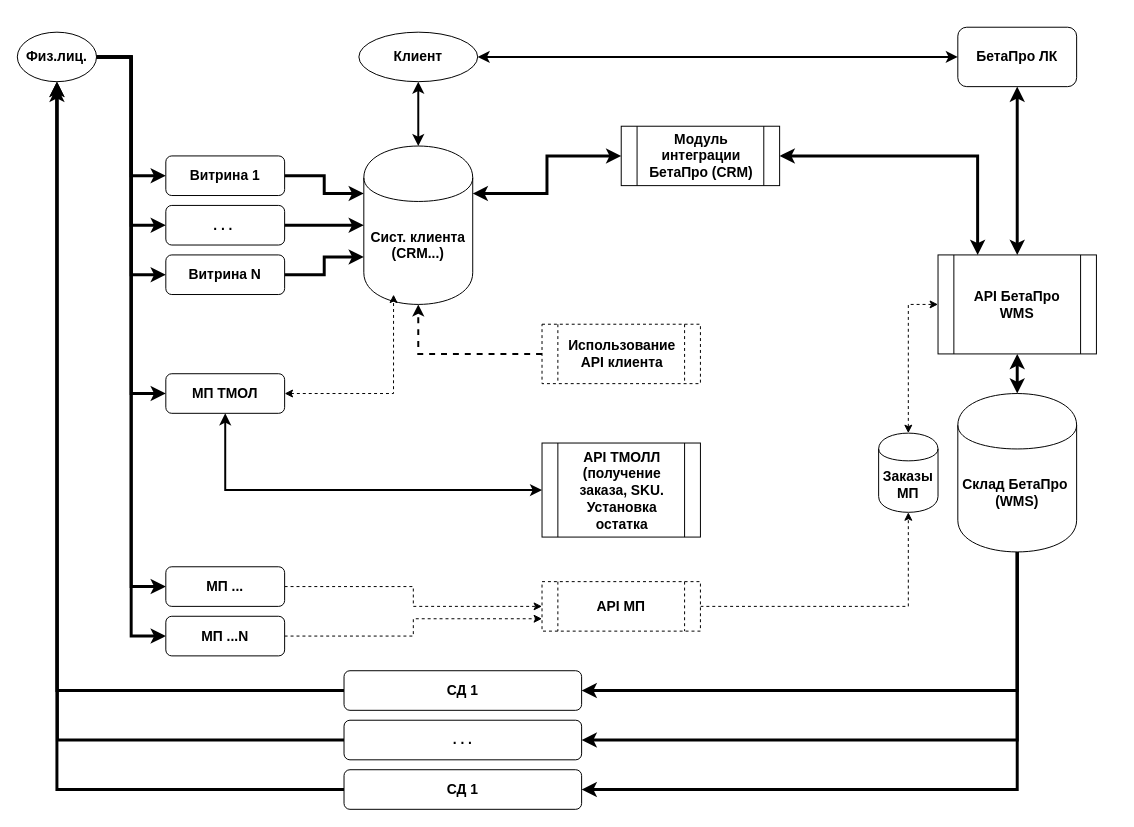
Before: page "tmp" (1 of 5) of diag_1.drawio in BetaproRep/DOC_1, a draw.io diagram. Source tidied: cells renumbered, new cells numbered last; positions are measured from the earlier drawing's top-left corner, leaving out a move shared by most shapes. Both pictures are drawn from the tidied source at 99%, with x=0, y=0 at pixel (17, 27).
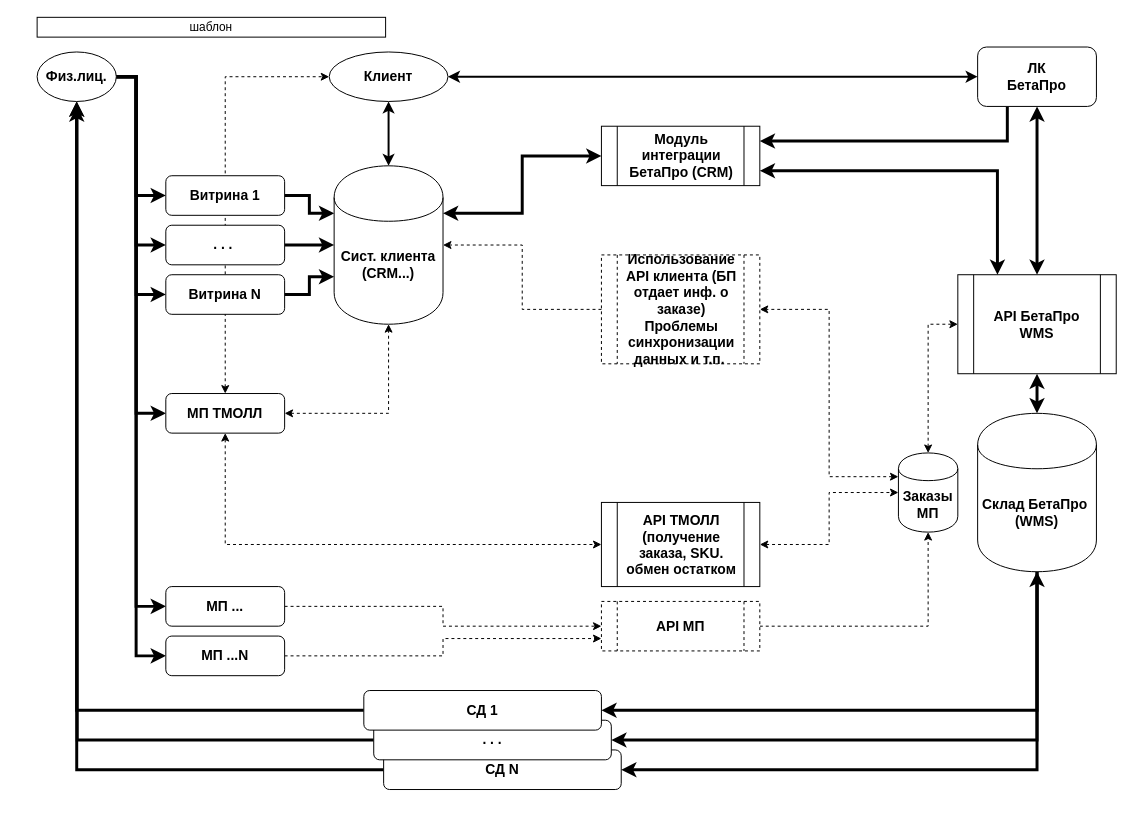
The same diagram, later.

What changed in the source:
```diff
@@
     <mxCell id="2" style="edgeStyle=orthogonalEdgeStyle;rounded=0;jettySize=auto;html=1;exitX=1;exitY=0.5;exitDx=0;exitDy=0;entryX=0;entryY=0.5;entryDx=0;entryDy=0;strokeWidth=3;" parent="1" edge="1" source="43" target="9">
-      <mxGeometry relative="1" as="geometry" />
+      <mxGeometry relative="1" as="geometry">
+        <Array as="points">
+          <mxPoint x="120" y="50" />
+          <mxPoint x="120" y="170" />
+        </Array>
+      </mxGeometry>
     </mxCell>
     <mxCell id="3" style="edgeStyle=orthogonalEdgeStyle;rounded=0;jettySize=auto;html=1;exitX=1;exitY=0.5;exitDx=0;exitDy=0;entryX=0;entryY=0.5;entryDx=0;entryDy=0;strokeWidth=3;" parent="1" edge="1" source="43" target="23">
-      <mxGeometry relative="1" as="geometry" />
+      <mxGeometry relative="1" as="geometry">
+        <Array as="points">
+          <mxPoint x="120" y="50" />
+          <mxPoint x="120" y="220" />
+        </Array>
+      </mxGeometry>
     </mxCell>
     <mxCell id="4" style="edgeStyle=orthogonalEdgeStyle;rounded=0;jettySize=auto;html=1;exitX=1;exitY=0.5;exitDx=0;exitDy=0;entryX=0;entryY=0.5;entryDx=0;entryDy=0;strokeWidth=3;" parent="1" edge="1" source="43" target="25">
-      <mxGeometry relative="1" as="geometry" />
+      <mxGeometry relative="1" as="geometry">
+        <Array as="points">
+          <mxPoint x="120" y="50" />
+          <mxPoint x="120" y="390" />
+        </Array>
+      </mxGeometry>
     </mxCell>
     <mxCell id="5" style="edgeStyle=orthogonalEdgeStyle;rounded=0;jettySize=auto;html=1;exitX=1;exitY=0.5;exitDx=0;exitDy=0;entryX=0;entryY=0.5;entryDx=0;entryDy=0;startArrow=none;startFill=0;endArrow=classic;endFill=1;strokeWidth=3;" parent="1" edge="1" source="43" target="29">
-      <mxGeometry relative="1" as="geometry" />
+      <mxGeometry relative="1" as="geometry">
+        <Array as="points">
+          <mxPoint x="120" y="50" />
+          <mxPoint x="120" y="270" />
+        </Array>
+      </mxGeometry>
     </mxCell>
     <mxCell id="6" style="edgeStyle=orthogonalEdgeStyle;rounded=0;jettySize=auto;html=1;exitX=1;exitY=0.5;exitDx=0;exitDy=0;entryX=0;entryY=0.5;entryDx=0;entryDy=0;startArrow=none;startFill=0;endArrow=classic;endFill=1;strokeWidth=3;" parent="1" edge="1" source="43" target="31">
-      <mxGeometry relative="1" as="geometry" />
+      <mxGeometry relative="1" as="geometry">
+        <Array as="points">
+          <mxPoint x="120" y="50" />
+          <mxPoint x="120" y="585" />
+        </Array>
+      </mxGeometry>
     </mxCell>
     <mxCell id="7" style="edgeStyle=orthogonalEdgeStyle;rounded=0;jettySize=auto;html=1;exitX=1;exitY=0.5;exitDx=0;exitDy=0;entryX=0;entryY=0.5;entryDx=0;entryDy=0;startArrow=none;startFill=0;endArrow=classic;endFill=1;strokeWidth=3;" parent="1" edge="1" source="43" target="33">
-      <mxGeometry relative="1" as="geometry" />
+      <mxGeometry relative="1" as="geometry">
+        <Array as="points">
+          <mxPoint x="120" y="50" />
+          <mxPoint x="120" y="635" />
+        </Array>
+      </mxGeometry>
     </mxCell>
@@
-    <mxCell id="9" value="&lt;font style=&quot;font-size: 14px&quot;&gt;&lt;b&gt;Витрина 1&lt;/b&gt;&lt;/font&gt;" style="shape=ext;rounded=1;html=1;whiteSpace=wrap;" parent="1" vertex="1">
-      <mxGeometry x="150" y="130" width="120" height="40" as="geometry" />
-    </mxCell>
@@
     <mxCell id="11" value="&lt;font style=&quot;font-size: 14px&quot;&gt;&lt;b&gt;Сист. клиента (CRM...)&lt;/b&gt;&lt;/font&gt;" style="shape=cylinder;whiteSpace=wrap;html=1;boundedLbl=1;backgroundOutline=1;" parent="1" vertex="1">
-      <mxGeometry x="350" y="120" width="110" height="160" as="geometry" />
+      <mxGeometry x="320" y="140" width="110" height="160" as="geometry" />
     </mxCell>
@@
-    <mxCell id="13" value="&lt;font style=&quot;font-size: 14px&quot;&gt;&lt;b&gt;СД 1&lt;/b&gt;&lt;/font&gt;" style="html=1;whiteSpace=wrap;rounded=1;" parent="1" vertex="1">
-      <mxGeometry x="330" y="650" width="240" height="40" as="geometry" />
-    </mxCell>
@@
-    <mxCell id="15" value="&lt;font style=&quot;font-size: 14px&quot;&gt;&lt;b&gt;СД 1&lt;/b&gt;&lt;/font&gt;" style="html=1;whiteSpace=wrap;rounded=1;" parent="1" vertex="1">
-      <mxGeometry x="330" y="750" width="240" height="40" as="geometry" />
+    <mxCell id="15" value="&lt;font style=&quot;font-size: 14px&quot;&gt;&lt;b&gt;СД N&lt;/b&gt;&lt;/font&gt;" style="html=1;whiteSpace=wrap;rounded=1;" parent="1" vertex="1">
+      <mxGeometry x="370" y="730" width="240" height="40" as="geometry" />
     </mxCell>
@@
-    <mxCell id="19" style="edgeStyle=orthogonalEdgeStyle;rounded=0;jettySize=auto;html=1;exitX=0.5;exitY=1;exitDx=0;exitDy=0;entryX=1;entryY=0.5;entryDx=0;entryDy=0;startArrow=none;startFill=0;endArrow=classic;endFill=1;strokeWidth=3;" parent="1" edge="1" source="20" target="47">
+    <mxCell id="19" style="edgeStyle=orthogonalEdgeStyle;rounded=0;jettySize=auto;html=1;exitX=0.5;exitY=1;exitDx=0;exitDy=0;entryX=1;entryY=0.5;entryDx=0;entryDy=0;startArrow=classic;startFill=1;endArrow=classic;endFill=1;strokeWidth=3;" parent="1" edge="1" source="20" target="47">
       <mxGeometry relative="1" as="geometry" />
     </mxCell>
     <mxCell id="20" value="&lt;font style=&quot;font-size: 14px&quot;&gt;&lt;b&gt;Склад&amp;nbsp;&lt;/b&gt;&lt;b&gt;БетаПро&amp;nbsp;&lt;br&gt;(WMS)&lt;/b&gt;&lt;/font&gt;" style="shape=cylinder;whiteSpace=wrap;html=1;boundedLbl=1;backgroundOutline=1;" parent="1" vertex="1">
-      <mxGeometry x="950" y="370" width="120" height="160" as="geometry" />
+      <mxGeometry x="970" y="390" width="120" height="160" as="geometry" />
     </mxCell>
+    <mxCell id="50" style="edgeStyle=orthogonalEdgeStyle;rounded=0;jettySize=auto;html=1;exitX=0.25;exitY=1;exitDx=0;exitDy=0;entryX=1;entryY=0.25;entryDx=0;entryDy=0;startArrow=none;startFill=0;strokeColor=#000000;strokeWidth=3;" parent="1" edge="1" source="21" target="35">
+      <mxGeometry relative="1" as="geometry" />
+    </mxCell>
-    <mxCell id="21" value="&lt;b&gt;&lt;font style=&quot;font-size: 14px&quot;&gt;БетаПро ЛК&lt;/font&gt;&lt;/b&gt;" style="rounded=1;whiteSpace=wrap;html=1;" parent="1" vertex="1">
-      <mxGeometry x="950" width="120" height="60" as="geometry" />
+    <mxCell id="21" value="&lt;b&gt;&lt;font style=&quot;font-size: 14px&quot;&gt;ЛК &lt;br&gt;БетаПро&lt;/font&gt;&lt;/b&gt;" style="rounded=1;whiteSpace=wrap;html=1;" parent="1" vertex="1">
+      <mxGeometry x="970" y="20" width="120" height="60" as="geometry" />
     </mxCell>
@@
-    <mxCell id="23" value="&lt;font style=&quot;font-size: 14px&quot;&gt;&lt;b&gt;. . .&amp;nbsp;&lt;/b&gt;&lt;/font&gt;" style="shape=ext;rounded=1;html=1;whiteSpace=wrap;" parent="1" vertex="1">
-      <mxGeometry x="150" y="180" width="120" height="40" as="geometry" />
-    </mxCell>
-    <mxCell id="24" style="edgeStyle=orthogonalEdgeStyle;rounded=0;jettySize=auto;html=1;exitX=1;exitY=0.5;exitDx=0;exitDy=0;entryX=0.273;entryY=0.938;entryDx=0;entryDy=0;entryPerimeter=0;startArrow=classic;startFill=1;endArrow=classic;endFill=1;strokeWidth=1;dashed=1;" parent="1" edge="1" source="25" target="11">
+    <mxCell id="24" style="edgeStyle=orthogonalEdgeStyle;rounded=0;jettySize=auto;html=1;exitX=1;exitY=0.5;exitDx=0;exitDy=0;entryX=0.5;entryY=1;entryDx=0;entryDy=0;startArrow=classic;startFill=1;endArrow=classic;endFill=1;strokeWidth=1;dashed=1;" parent="1" edge="1" source="25" target="11">
       <mxGeometry relative="1" as="geometry" />
     </mxCell>
+    <mxCell id="51" style="edgeStyle=orthogonalEdgeStyle;rounded=0;jettySize=auto;html=1;entryX=0;entryY=0.5;entryDx=0;entryDy=0;startArrow=classic;startFill=1;dashed=1;exitX=0.5;exitY=1;exitDx=0;exitDy=0;" parent="1" edge="1" source="25" target="39">
+      <mxGeometry relative="1" as="geometry">
+        <Array as="points">
+          <mxPoint x="210" y="522" />
+        </Array>
+      </mxGeometry>
+    </mxCell>
+    <mxCell id="52" style="edgeStyle=orthogonalEdgeStyle;rounded=0;jettySize=auto;html=1;exitX=0.5;exitY=0;exitDx=0;exitDy=0;entryX=0;entryY=0.5;entryDx=0;entryDy=0;dashed=1;startArrow=classic;startFill=1;strokeColor=#000000;strokeWidth=1;" parent="1" edge="1" source="25" target="42">
+      <mxGeometry relative="1" as="geometry" />
+    </mxCell>
-    <mxCell id="25" value="&lt;b&gt;&lt;font style=&quot;font-size: 14px&quot;&gt;МП ТМОЛ&lt;/font&gt;&lt;/b&gt;" style="shape=ext;rounded=1;html=1;whiteSpace=wrap;" parent="1" vertex="1">
-      <mxGeometry x="150" y="350" width="120" height="40" as="geometry" />
+    <mxCell id="25" value="&lt;b&gt;&lt;font style=&quot;font-size: 14px&quot;&gt;МП ТМОЛЛ&lt;/font&gt;&lt;/b&gt;" style="shape=ext;rounded=1;html=1;whiteSpace=wrap;" parent="1" vertex="1">
+      <mxGeometry x="150" y="370" width="120" height="40" as="geometry" />
     </mxCell>
@@
     <mxCell id="27" value="&lt;span style=&quot;font-size: 14px ; white-space: normal&quot;&gt;&lt;b&gt;API БетаПро &lt;br&gt;WMS&lt;/b&gt;&lt;/span&gt;" style="shape=process;whiteSpace=wrap;html=1;backgroundOutline=1;align=center;" parent="1" vertex="1">
-      <mxGeometry x="930" y="230" width="160" height="100" as="geometry" />
+      <mxGeometry x="950" y="250" width="160" height="100" as="geometry" />
     </mxCell>
@@
     <mxCell id="29" value="&lt;font style=&quot;font-size: 14px&quot;&gt;&lt;b&gt;Витрина N&lt;/b&gt;&lt;/font&gt;" style="shape=ext;rounded=1;html=1;whiteSpace=wrap;" parent="1" vertex="1">
-      <mxGeometry x="150" y="230" width="120" height="40" as="geometry" />
+      <mxGeometry x="150" y="250" width="120" height="40" as="geometry" />
     </mxCell>
@@
     <mxCell id="31" value="&lt;b&gt;&lt;font style=&quot;font-size: 14px&quot;&gt;МП ...&lt;/font&gt;&lt;/b&gt;" style="shape=ext;rounded=1;html=1;whiteSpace=wrap;" parent="1" vertex="1">
-      <mxGeometry x="150" y="545" width="120" height="40" as="geometry" />
+      <mxGeometry x="150" y="565" width="120" height="40" as="geometry" />
     </mxCell>
@@
     <mxCell id="33" value="&lt;b&gt;&lt;font style=&quot;font-size: 14px&quot;&gt;МП ...N&lt;/font&gt;&lt;/b&gt;" style="shape=ext;rounded=1;html=1;whiteSpace=wrap;" parent="1" vertex="1">
-      <mxGeometry x="150" y="595" width="120" height="40" as="geometry" />
+      <mxGeometry x="150" y="615" width="120" height="40" as="geometry" />
     </mxCell>
-    <mxCell id="34" style="edgeStyle=orthogonalEdgeStyle;rounded=0;jettySize=auto;html=1;exitX=1;exitY=0.5;exitDx=0;exitDy=0;entryX=0.25;entryY=0;entryDx=0;entryDy=0;startArrow=classic;startFill=1;endArrow=classic;endFill=1;strokeWidth=3;" parent="1" edge="1" source="35" target="27">
-      <mxGeometry relative="1" as="geometry" />
+    <mxCell id="34" style="edgeStyle=orthogonalEdgeStyle;rounded=0;jettySize=auto;html=1;exitX=1;exitY=0.75;exitDx=0;exitDy=0;entryX=0.25;entryY=0;entryDx=0;entryDy=0;startArrow=classic;startFill=1;endArrow=classic;endFill=1;strokeWidth=3;" parent="1" edge="1" source="35" target="27">
+      <mxGeometry relative="1" as="geometry">
+        <Array as="points">
+          <mxPoint x="990" y="145" />
+        </Array>
+      </mxGeometry>
     </mxCell>
     <mxCell id="35" value="&lt;div style=&quot;text-align: center&quot;&gt;&lt;span style=&quot;font-size: 14px&quot;&gt;&lt;b&gt;Модуль интеграции БетаПро (CRM)&lt;/b&gt;&lt;/span&gt;&lt;/div&gt;" style="shape=process;whiteSpace=wrap;html=1;backgroundOutline=1;align=left;" parent="1" vertex="1">
-      <mxGeometry x="610" y="100" width="160" height="60" as="geometry" />
+      <mxGeometry x="590" y="100" width="160" height="60" as="geometry" />
     </mxCell>
-    <mxCell id="36" value="&lt;div style=&quot;text-align: center&quot;&gt;&lt;span style=&quot;font-size: 14px&quot;&gt;&lt;b&gt;Использование API клиента&lt;/b&gt;&lt;/span&gt;&lt;/div&gt;" style="shape=process;whiteSpace=wrap;html=1;backgroundOutline=1;align=left;dashed=1;" parent="1" vertex="1">
-      <mxGeometry x="530" y="300" width="160" height="60" as="geometry" />
+    <mxCell id="36" value="&lt;div style=&quot;text-align: center&quot;&gt;&lt;span style=&quot;font-size: 14px&quot;&gt;&lt;b&gt;Использование API клиента (БП отдает инф. о заказе) Проблемы синхронизации данных и т.п.&amp;nbsp;&lt;/b&gt;&lt;/span&gt;&lt;/div&gt;" style="shape=process;whiteSpace=wrap;html=1;backgroundOutline=1;align=left;dashed=1;" parent="1" vertex="1">
+      <mxGeometry x="590" y="230" width="160" height="110" as="geometry" />
     </mxCell>
-    <mxCell id="37" style="edgeStyle=orthogonalEdgeStyle;rounded=0;jettySize=auto;html=1;entryX=0.5;entryY=1;entryDx=0;entryDy=0;startArrow=classic;startFill=1;endArrow=classic;endFill=1;strokeWidth=2;exitX=0;exitY=0.5;exitDx=0;exitDy=0;" parent="1" edge="1" source="39" target="25">
-      <mxGeometry relative="1" as="geometry">
-        <Array as="points">
-          <mxPoint x="210" y="468" />
-        </Array>
-      </mxGeometry>
-    </mxCell>
-    <mxCell id="38" style="edgeStyle=orthogonalEdgeStyle;rounded=0;jettySize=auto;html=1;entryX=0.5;entryY=1;entryDx=0;entryDy=0;startArrow=none;startFill=0;endArrow=classic;endFill=1;strokeWidth=2;dashed=1;exitX=0;exitY=0.5;exitDx=0;exitDy=0;" parent="1" edge="1" source="36" target="11">
+    <mxCell id="38" style="edgeStyle=orthogonalEdgeStyle;rounded=0;jettySize=auto;html=1;entryX=1;entryY=0.5;entryDx=0;entryDy=0;startArrow=none;startFill=0;endArrow=classic;endFill=1;strokeWidth=1;dashed=1;exitX=0;exitY=0.5;exitDx=0;exitDy=0;" parent="1" edge="1" source="36" target="11">
       <mxGeometry relative="1" as="geometry" />
     </mxCell>
+    <mxCell id="53" style="edgeStyle=orthogonalEdgeStyle;rounded=0;jettySize=auto;html=1;exitX=1;exitY=0.5;exitDx=0;exitDy=0;entryX=0;entryY=0.5;entryDx=0;entryDy=0;dashed=1;startArrow=classic;startFill=1;strokeWidth=1;" parent="1" edge="1" source="39" target="45">
+      <mxGeometry relative="1" as="geometry" />
+    </mxCell>
-    <mxCell id="39" value="&lt;div style=&quot;text-align: center&quot;&gt;&lt;span style=&quot;font-size: 14px&quot;&gt;&lt;b&gt;API ТМОЛЛ (получение заказа, SKU. Установка остатка&lt;/b&gt;&lt;/span&gt;&lt;/div&gt;" style="shape=process;whiteSpace=wrap;html=1;backgroundOutline=1;align=left;" parent="1" vertex="1">
-      <mxGeometry x="530" y="420" width="160" height="95" as="geometry" />
+    <mxCell id="39" value="&lt;div style=&quot;text-align: center&quot;&gt;&lt;span style=&quot;font-size: 14px&quot;&gt;&lt;b&gt;API ТМОЛЛ (получение заказа, SKU. обмен остатком&lt;/b&gt;&lt;/span&gt;&lt;/div&gt;" style="shape=process;whiteSpace=wrap;html=1;backgroundOutline=1;align=left;" parent="1" vertex="1">
+      <mxGeometry x="590" y="480" width="160" height="85" as="geometry" />
     </mxCell>
@@
     <mxCell id="42" value="&lt;b&gt;&lt;font style=&quot;font-size: 14px&quot;&gt;Клиент&lt;/font&gt;&lt;/b&gt;" style="ellipse;whiteSpace=wrap;html=1;" parent="1" vertex="1">
-      <mxGeometry x="345" y="5" width="120" height="50" as="geometry" />
+      <mxGeometry x="315" y="25" width="120" height="50" as="geometry" />
     </mxCell>
     <mxCell id="43" value="&lt;b&gt;&lt;font style=&quot;font-size: 14px&quot;&gt;Физ.лиц.&lt;/font&gt;&lt;/b&gt;" style="ellipse;whiteSpace=wrap;html=1;" parent="1" vertex="1">
-      <mxGeometry y="5" width="80" height="50" as="geometry" />
+      <mxGeometry x="20" y="25" width="80" height="50" as="geometry" />
     </mxCell>
@@
+    <mxCell id="54" style="edgeStyle=orthogonalEdgeStyle;rounded=0;jettySize=auto;html=1;exitX=0;exitY=0.3;exitDx=0;exitDy=0;entryX=1;entryY=0.5;entryDx=0;entryDy=0;dashed=1;startArrow=classic;startFill=1;" parent="1" edge="1" source="45" target="36">
+      <mxGeometry relative="1" as="geometry" />
+    </mxCell>
     <mxCell id="45" value="&lt;b&gt;&lt;font style=&quot;font-size: 14px&quot;&gt;Заказы МП&lt;/font&gt;&lt;/b&gt;" style="shape=cylinder;whiteSpace=wrap;html=1;boundedLbl=1;backgroundOutline=1;" parent="1" vertex="1">
-      <mxGeometry x="870" y="410" width="60" height="80" as="geometry" />
+      <mxGeometry x="890" y="430" width="60" height="80" as="geometry" />
     </mxCell>
     <mxCell id="46" style="edgeStyle=orthogonalEdgeStyle;rounded=0;jettySize=auto;html=1;exitX=0;exitY=0.5;exitDx=0;exitDy=0;startArrow=none;startFill=0;endArrow=classic;endFill=1;strokeWidth=3;" parent="1" edge="1" source="47">
       <mxGeometry relative="1" as="geometry">
-        <mxPoint x="40" y="60" as="targetPoint" />
+        <mxPoint x="60" y="80" as="targetPoint" />
       </mxGeometry>
     </mxCell>
     <mxCell id="47" value="&lt;span style=&quot;font-size: 14px&quot;&gt;&lt;b&gt;. . .&lt;/b&gt;&lt;/span&gt;" style="html=1;whiteSpace=wrap;rounded=1;" parent="1" vertex="1">
-      <mxGeometry x="330" y="700" width="240" height="40" as="geometry" />
+      <mxGeometry x="360" y="700" width="240" height="40" as="geometry" />
     </mxCell>
@@
     <mxCell id="49" value="&lt;div&gt;&lt;span style=&quot;font-size: 14px&quot;&gt;&lt;b&gt;API МП&lt;/b&gt;&lt;/span&gt;&lt;/div&gt;" style="shape=process;whiteSpace=wrap;html=1;backgroundOutline=1;align=center;dashed=1;" parent="1" vertex="1">
-      <mxGeometry x="530" y="560" width="160" height="50" as="geometry" />
+      <mxGeometry x="590" y="580" width="160" height="50" as="geometry" />
     </mxCell>
+    <mxCell id="13" value="&lt;font style=&quot;font-size: 14px&quot;&gt;&lt;b&gt;СД 1&lt;/b&gt;&lt;/font&gt;" style="html=1;whiteSpace=wrap;rounded=1;" parent="1" vertex="1">
+      <mxGeometry x="350" y="670" width="240" height="40" as="geometry" />
+    </mxCell>
+    <mxCell id="23" value="&lt;font style=&quot;font-size: 14px&quot;&gt;&lt;b&gt;. . .&amp;nbsp;&lt;/b&gt;&lt;/font&gt;" style="shape=ext;rounded=1;html=1;whiteSpace=wrap;" parent="1" vertex="1">
+      <mxGeometry x="150" y="200" width="120" height="40" as="geometry" />
+    </mxCell>
+    <mxCell id="9" value="&lt;font style=&quot;font-size: 14px&quot;&gt;&lt;b&gt;Витрина 1&lt;/b&gt;&lt;/font&gt;" style="shape=ext;rounded=1;html=1;whiteSpace=wrap;" parent="1" vertex="1">
+      <mxGeometry x="150" y="150" width="120" height="40" as="geometry" />
+    </mxCell>
+    <mxCell id="55" value="шаблон" style="rounded=0;whiteSpace=wrap;html=1;" parent="1" vertex="1">
+      <mxGeometry x="20" y="-10" width="352" height="20" as="geometry" />
+    </mxCell>
```
